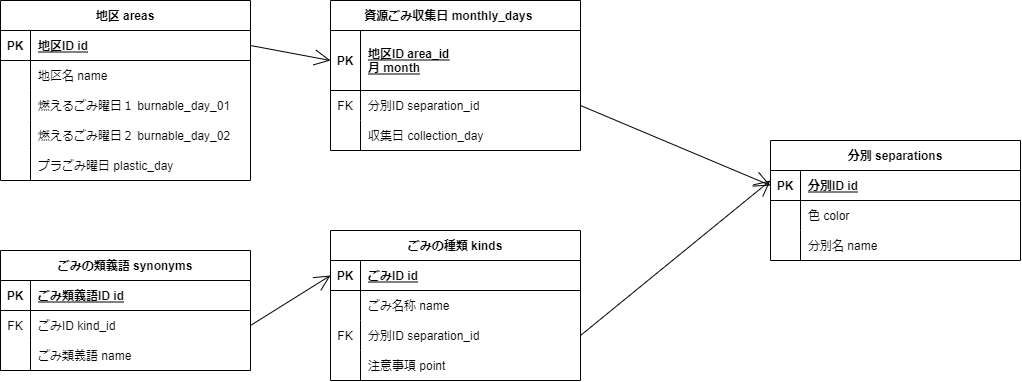
Above: ERD.png in nkc-ug/ujiyamada_project_2022 (draw.io), before the change. Source tidied: cells renumbered, new cells last; positions are measured from the earlier drawing's top-left corner, leaving out a move shared by most shapes.
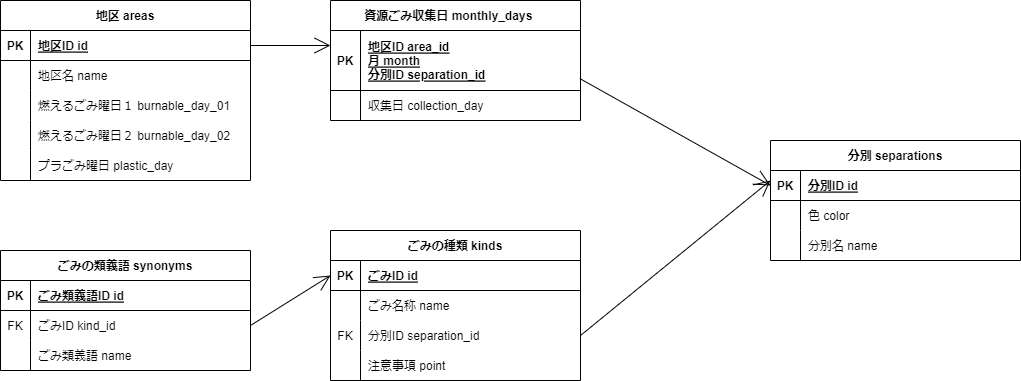
Later version of the same file.

The edit, as a diff of the source:
```diff
@@ -150,7 +150,7 @@
       <mxGeometry x="30" width="220" height="30" as="geometry" />
     </mxCell>
     <mxCell id="51" value="資源ごみ収集日 monthly_days    " style="shape=table;startSize=30;rowLines=0;fontStyle=1;align=center;" parent="1" vertex="1">
-      <mxGeometry x="330" width="250" height="150" as="geometry" />
+      <mxGeometry x="330" width="250" height="120" as="geometry" />
     </mxCell>
     <mxCell id="52" style="shape=partialRectangle;fillColor=none;points=[[0,0.5],[1,0.5]];portConstraint=eastwest;top=0;left=0;right=0;bottom=1;" parent="51" vertex="1">
       <mxGeometry y="30" width="250" height="60" as="geometry" />
@@ -158,20 +158,11 @@
     <mxCell id="53" value="PK" style="shape=partialRectangle;overflow=hidden;fillColor=none;top=0;left=0;bottom=0;right=0;fontStyle=1;" parent="52" vertex="1">
       <mxGeometry width="30" height="60" as="geometry" />
     </mxCell>
-    <mxCell id="54" value="地区ID area_id&#10;月 month" style="shape=partialRectangle;overflow=hidden;fillColor=none;top=0;left=0;bottom=0;right=0;align=left;spacingLeft=6;fontStyle=5;" parent="52" vertex="1">
+    <mxCell id="54" value="地区ID area_id&#10;月 month&#10;分別ID separation_id" style="shape=partialRectangle;overflow=hidden;fillColor=none;top=0;left=0;bottom=0;right=0;align=left;spacingLeft=6;fontStyle=5;" parent="52" vertex="1">
       <mxGeometry x="30" width="220" height="60" as="geometry" />
     </mxCell>
-    <mxCell id="55" style="shape=partialRectangle;fillColor=none;points=[[0,0.5],[1,0.5]];portConstraint=eastwest;top=0;left=0;right=0;bottom=0;" parent="51" vertex="1">
-      <mxGeometry y="90" width="250" height="30" as="geometry" />
-    </mxCell>
-    <mxCell id="56" value="FK" style="shape=partialRectangle;overflow=hidden;fillColor=none;top=0;left=0;bottom=0;right=0;" parent="55" vertex="1">
-      <mxGeometry width="30" height="30" as="geometry" />
-    </mxCell>
-    <mxCell id="57" value="分別ID separation_id" style="shape=partialRectangle;overflow=hidden;fillColor=none;top=0;left=0;bottom=0;right=0;align=left;spacingLeft=6;" parent="55" vertex="1">
-      <mxGeometry x="30" width="220" height="30" as="geometry" />
-    </mxCell>
     <mxCell id="58" style="shape=partialRectangle;fillColor=none;top=0;left=0;right=0;bottom=0;" parent="51" vertex="1">
-      <mxGeometry y="120" width="250" height="30" as="geometry" />
+      <mxGeometry y="90" width="250" height="30" as="geometry" />
     </mxCell>
     <mxCell id="59" style="shape=partialRectangle;overflow=hidden;fillColor=none;top=0;left=0;bottom=0;right=0;" parent="58" vertex="1">
       <mxGeometry width="30" height="30" as="geometry" />
@@ -179,11 +170,13 @@
     <mxCell id="60" value="収集日 collection_day" style="shape=partialRectangle;overflow=hidden;fillColor=none;top=0;left=0;bottom=0;right=0;align=left;spacingLeft=6;" parent="58" vertex="1">
       <mxGeometry x="30" width="220" height="30" as="geometry" />
     </mxCell>
-    <mxCell id="61" style="edgeStyle=none;jettySize=auto;html=1;rounded=0;endArrow=open;startSize=14;endSize=14;sourcePerimeterSpacing=8;targetPerimeterSpacing=8;curved=1;exitX=1;exitY=0.5;exitDx=0;exitDy=0;entryX=0;entryY=0.5;entryDx=0;entryDy=0;" parent="1" edge="1" source="55" target="42">
+    <mxCell id="61" style="edgeStyle=none;jettySize=auto;html=1;rounded=0;endArrow=open;startSize=14;endSize=14;sourcePerimeterSpacing=8;targetPerimeterSpacing=8;curved=1;exitX=0.997;exitY=0.8;exitDx=0;exitDy=0;entryX=0;entryY=0.5;entryDx=0;entryDy=0;exitPerimeter=0;" parent="1" edge="1" source="52" target="42">
       <mxGeometry relative="1" as="geometry" />
     </mxCell>
-    <mxCell id="62" style="edgeStyle=none;jettySize=auto;html=1;rounded=0;endArrow=open;startSize=14;endSize=14;sourcePerimeterSpacing=8;targetPerimeterSpacing=8;curved=1;exitX=1;exitY=0.5;exitDx=0;exitDy=0;entryX=0;entryY=0.5;entryDx=0;entryDy=0;" parent="1" edge="1" source="13" target="52">
-      <mxGeometry relative="1" as="geometry" />
+    <mxCell id="62" style="edgeStyle=none;jettySize=auto;html=1;rounded=0;endArrow=open;startSize=14;endSize=14;sourcePerimeterSpacing=8;targetPerimeterSpacing=8;curved=1;exitX=1;exitY=0.5;exitDx=0;exitDy=0;" parent="1" edge="1" source="13">
+      <mxGeometry relative="1" as="geometry">
+        <mxPoint x="330" y="45" as="targetPoint" />
+      </mxGeometry>
     </mxCell>
     <mxCell id="63" style="edgeStyle=none;jettySize=auto;html=1;rounded=0;endArrow=open;startSize=14;endSize=14;sourcePerimeterSpacing=8;targetPerimeterSpacing=8;curved=1;exitX=1;exitY=0.5;exitDx=0;exitDy=0;" parent="1" edge="1" source="35">
       <mxGeometry relative="1" as="geometry">
```
